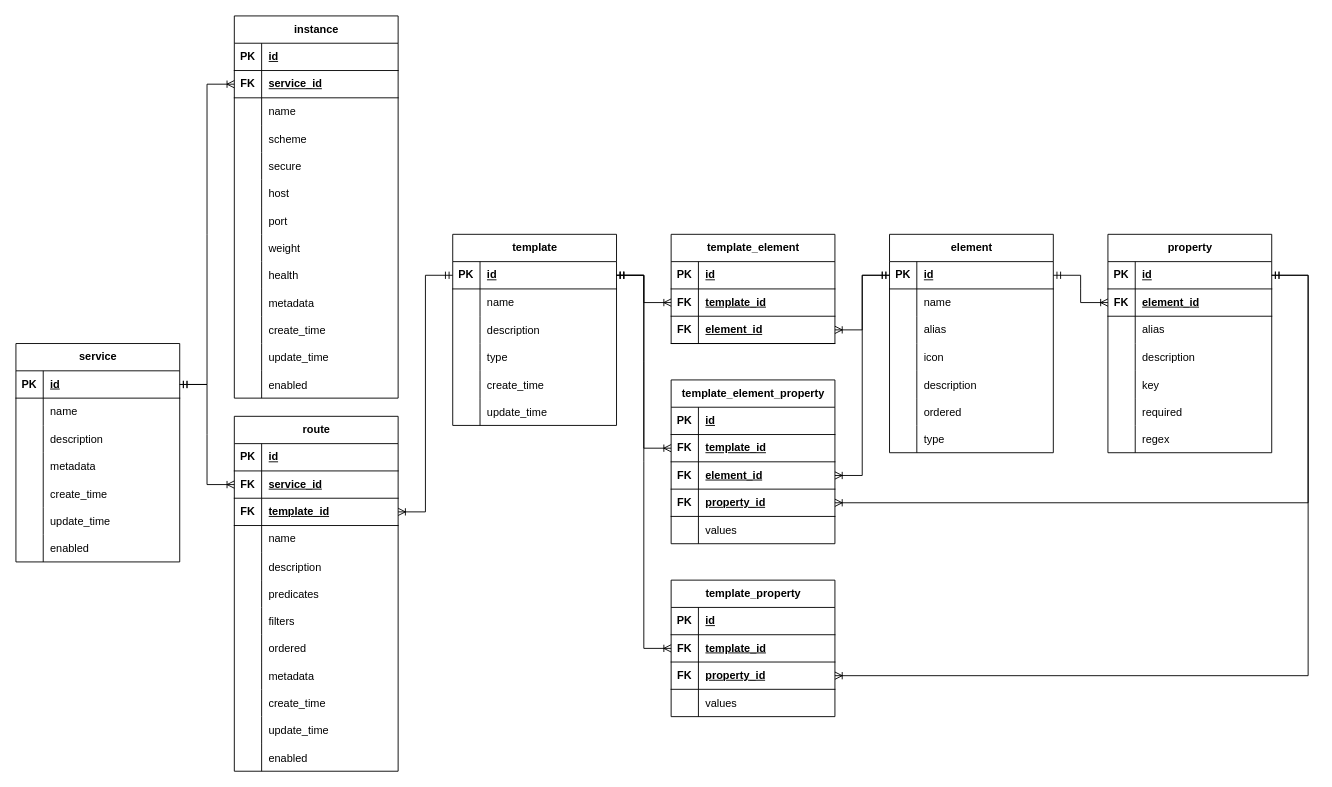
This is spoiler_gateway_ER.drawio from yameizi001/spoiler_gateway, a draw.io file, before an edit. Source tidied: cells renumbered, new cells numbered last; positions are measured from the earlier drawing's top-left corner, leaving out a move shared by most shapes. Both pictures are drawn from the tidied source at 91%, with x=0, y=0 at pixel (15, 15).
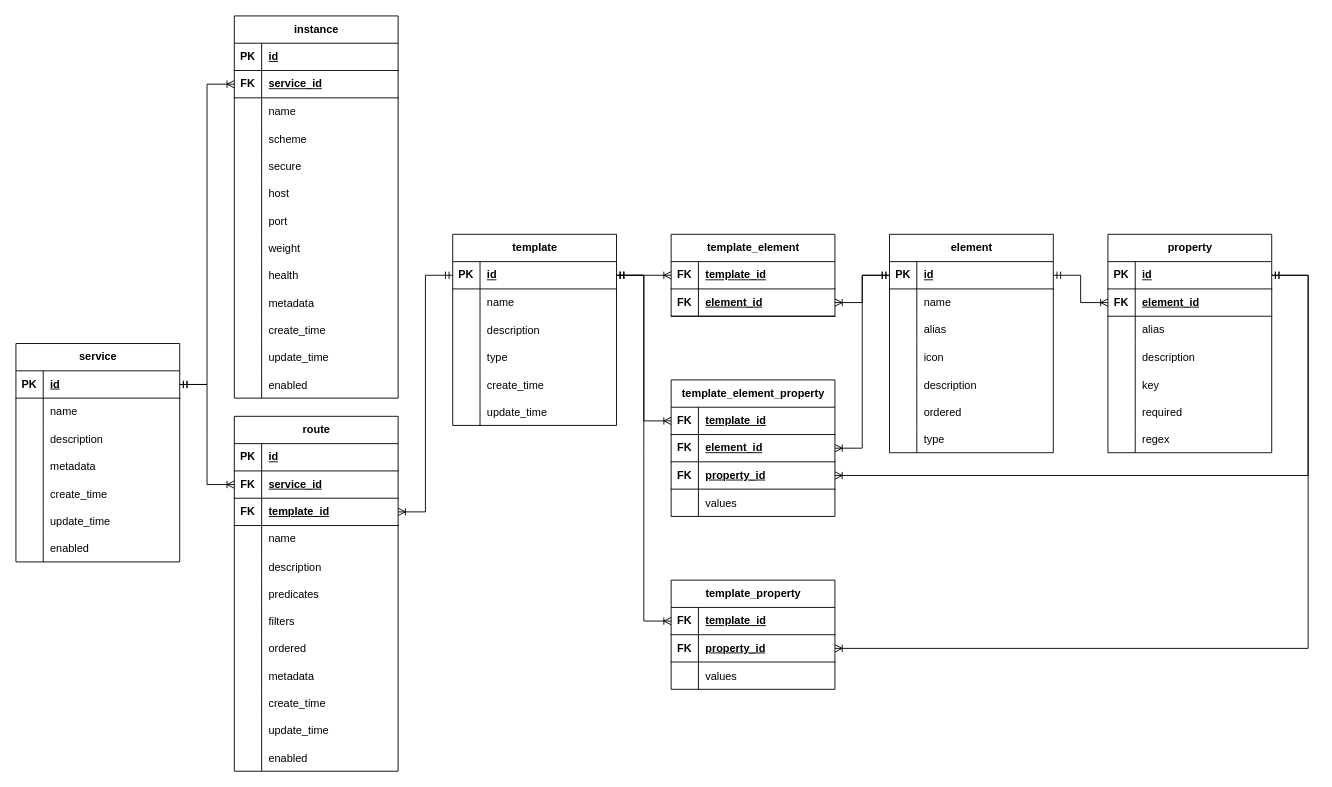
After the change.

The change refers to these unchanged cells:
```xml
<mxCell id="124" style="shape=tableRow;horizontal=0;startSize=0;swimlaneHead=0;swimlaneBody=0;fillColor=none;points=[[0,0.5],[1,0.5]];portConstraint=eastwest;top=0;left=0;right=0;bottom=1;" parent="123" vertex="1">
  <mxGeometry y="30" width="180" height="30" as="geometry" />
</mxCell>
```

The edit, as a diff of the source:
```diff
@@
     <mxCell id="164" value="template_element" style="shape=table;startSize=30;childLayout=tableLayout;rowLines=0;fontStyle=1;align=center;html=1;" parent="1" vertex="1">
-      <mxGeometry x="720" y="240" width="180" height="120" as="geometry" />
+      <mxGeometry x="720" y="240" width="180" height="90" as="geometry" />
     </mxCell>
-    <mxCell id="165" style="shape=tableRow;horizontal=0;startSize=0;swimlaneHead=0;swimlaneBody=0;fillColor=none;top=0;left=0;right=0;bottom=1;" parent="164" vertex="1">
-      <mxGeometry y="30" width="180" height="30" as="geometry" />
-    </mxCell>
-    <mxCell id="166" value="PK" style="shape=partialRectangle;fillColor=none;top=0;left=0;bottom=0;right=0;fontStyle=1;overflow=hidden;whiteSpace=wrap;html=1;" parent="165" vertex="1">
-      <mxGeometry width="30" height="30" as="geometry" />
-    </mxCell>
-    <mxCell id="167" value="id" style="shape=partialRectangle;fillColor=none;top=0;left=0;bottom=0;right=0;align=left;spacingLeft=6;fontStyle=5;overflow=hidden;whiteSpace=wrap;html=1;" parent="165" vertex="1">
-      <mxGeometry x="30" width="150" height="30" as="geometry" />
-    </mxCell>
     <mxCell id="168" style="shape=tableRow;horizontal=0;startSize=0;swimlaneHead=0;swimlaneBody=0;fillColor=none;points=[[0,0.5],[1,0.5]];portConstraint=eastwest;top=0;left=0;right=0;bottom=1;" parent="164" vertex="1">
-      <mxGeometry y="60" width="180" height="30" as="geometry" />
+      <mxGeometry y="30" width="180" height="30" as="geometry" />
     </mxCell>
@@
     <mxCell id="171" style="shape=tableRow;horizontal=0;startSize=0;swimlaneHead=0;swimlaneBody=0;fillColor=none;points=[[0,0.5],[1,0.5]];portConstraint=eastwest;top=0;left=0;right=0;bottom=1;" parent="164" vertex="1">
-      <mxGeometry y="90" width="180" height="30" as="geometry" />
+      <mxGeometry y="60" width="180" height="30" as="geometry" />
     </mxCell>
@@
     <mxCell id="174" value="template_property" style="shape=table;startSize=30;childLayout=tableLayout;rowLines=0;fontStyle=1;align=center;html=1;" parent="1" vertex="1">
-      <mxGeometry x="720" y="620" width="180" height="150" as="geometry" />
+      <mxGeometry x="720" y="620" width="180" height="120" as="geometry" />
     </mxCell>
-    <mxCell id="175" style="shape=tableRow;horizontal=0;startSize=0;swimlaneHead=0;swimlaneBody=0;fillColor=none;top=0;left=0;right=0;bottom=1;" parent="174" vertex="1">
-      <mxGeometry y="30" width="180" height="30" as="geometry" />
-    </mxCell>
-    <mxCell id="176" value="PK" style="shape=partialRectangle;fillColor=none;top=0;left=0;bottom=0;right=0;fontStyle=1;overflow=hidden;whiteSpace=wrap;html=1;" parent="175" vertex="1">
-      <mxGeometry width="30" height="30" as="geometry" />
-    </mxCell>
-    <mxCell id="177" value="id" style="shape=partialRectangle;fillColor=none;top=0;left=0;bottom=0;right=0;align=left;spacingLeft=6;fontStyle=5;overflow=hidden;whiteSpace=wrap;html=1;" parent="175" vertex="1">
-      <mxGeometry x="30" width="150" height="30" as="geometry" />
-    </mxCell>
     <mxCell id="178" style="shape=tableRow;horizontal=0;startSize=0;swimlaneHead=0;swimlaneBody=0;fillColor=none;points=[[0,0.5],[1,0.5]];portConstraint=eastwest;top=0;left=0;right=0;bottom=1;" parent="174" vertex="1">
-      <mxGeometry y="60" width="180" height="30" as="geometry" />
+      <mxGeometry y="30" width="180" height="30" as="geometry" />
     </mxCell>
@@
     <mxCell id="181" style="shape=tableRow;horizontal=0;startSize=0;swimlaneHead=0;swimlaneBody=0;fillColor=none;points=[[0,0.5],[1,0.5]];portConstraint=eastwest;top=0;left=0;right=0;bottom=1;" parent="174" vertex="1">
-      <mxGeometry y="90" width="180" height="30" as="geometry" />
+      <mxGeometry y="60" width="180" height="30" as="geometry" />
     </mxCell>
@@
     <mxCell id="184" style="shape=tableRow;horizontal=0;startSize=0;swimlaneHead=0;swimlaneBody=0;fillColor=none;top=0;left=0;right=0;bottom=0;" parent="174" vertex="1">
-      <mxGeometry y="120" width="180" height="30" as="geometry" />
+      <mxGeometry y="90" width="180" height="30" as="geometry" />
     </mxCell>
@@
     <mxCell id="187" value="template_element_property" style="shape=table;startSize=30;childLayout=tableLayout;rowLines=0;fontStyle=1;align=center;html=1;" parent="1" vertex="1">
-      <mxGeometry x="720" y="400" width="180" height="180" as="geometry" />
+      <mxGeometry x="720" y="400" width="180" height="150" as="geometry" />
     </mxCell>
-    <mxCell id="188" style="shape=tableRow;horizontal=0;startSize=0;swimlaneHead=0;swimlaneBody=0;fillColor=none;top=0;left=0;right=0;bottom=1;" parent="187" vertex="1">
-      <mxGeometry y="30" width="180" height="30" as="geometry" />
-    </mxCell>
-    <mxCell id="189" value="PK" style="shape=partialRectangle;fillColor=none;top=0;left=0;bottom=0;right=0;fontStyle=1;overflow=hidden;whiteSpace=wrap;html=1;" parent="188" vertex="1">
-      <mxGeometry width="30" height="30" as="geometry" />
-    </mxCell>
-    <mxCell id="190" value="id" style="shape=partialRectangle;fillColor=none;top=0;left=0;bottom=0;right=0;align=left;spacingLeft=6;fontStyle=5;overflow=hidden;whiteSpace=wrap;html=1;" parent="188" vertex="1">
-      <mxGeometry x="30" width="150" height="30" as="geometry" />
-    </mxCell>
     <mxCell id="191" style="shape=tableRow;horizontal=0;startSize=0;swimlaneHead=0;swimlaneBody=0;fillColor=none;points=[[0,0.5],[1,0.5]];portConstraint=eastwest;top=0;left=0;right=0;bottom=1;" parent="187" vertex="1">
-      <mxGeometry y="60" width="180" height="30" as="geometry" />
+      <mxGeometry y="30" width="180" height="30" as="geometry" />
     </mxCell>
@@
     <mxCell id="194" style="shape=tableRow;horizontal=0;startSize=0;swimlaneHead=0;swimlaneBody=0;fillColor=none;points=[[0,0.5],[1,0.5]];portConstraint=eastwest;top=0;left=0;right=0;bottom=1;" parent="187" vertex="1">
-      <mxGeometry y="90" width="180" height="30" as="geometry" />
+      <mxGeometry y="60" width="180" height="30" as="geometry" />
     </mxCell>
@@
     <mxCell id="197" style="shape=tableRow;horizontal=0;startSize=0;swimlaneHead=0;swimlaneBody=0;fillColor=none;points=[[0,0.5],[1,0.5]];portConstraint=eastwest;top=0;left=0;right=0;bottom=1;" parent="187" vertex="1">
-      <mxGeometry y="120" width="180" height="30" as="geometry" />
+      <mxGeometry y="90" width="180" height="30" as="geometry" />
     </mxCell>
@@
     <mxCell id="200" style="shape=tableRow;horizontal=0;startSize=0;swimlaneHead=0;swimlaneBody=0;fillColor=none;top=0;left=0;right=0;bottom=0;" parent="187" vertex="1">
-      <mxGeometry y="150" width="180" height="30" as="geometry" />
+      <mxGeometry y="120" width="180" height="30" as="geometry" />
     </mxCell>
@@
     <mxCell id="210" style="edgeStyle=orthogonalEdgeStyle;fontSize=12;html=1;endArrow=ERoneToMany;startArrow=ERmandOne;rounded=0;exitX=1;exitY=0.5;exitDx=0;exitDy=0;entryX=1;entryY=0.5;entryDx=0;entryDy=0;" parent="1" edge="1" source="124" target="197">
       <mxGeometry relative="1" as="geometry">
         <Array as="points">
           <mxPoint x="1420" y="285" />
-          <mxPoint x="1420" y="535" />
+          <mxPoint x="1420" y="505" />
         </Array>
       </mxGeometry>
     </mxCell>
@@
     <mxCell id="212" style="edgeStyle=orthogonalEdgeStyle;fontSize=12;html=1;endArrow=ERoneToMany;startArrow=ERmandOne;rounded=0;exitX=1;exitY=0.5;exitDx=0;exitDy=0;entryX=1;entryY=0.5;entryDx=0;entryDy=0;" parent="1" edge="1" source="124" target="181">
       <mxGeometry relative="1" as="geometry">
         <Array as="points">
           <mxPoint x="1420" y="285" />
-          <mxPoint x="1420" y="725" />
+          <mxPoint x="1420" y="695" />
         </Array>
       </mxGeometry>
     </mxCell>
```
